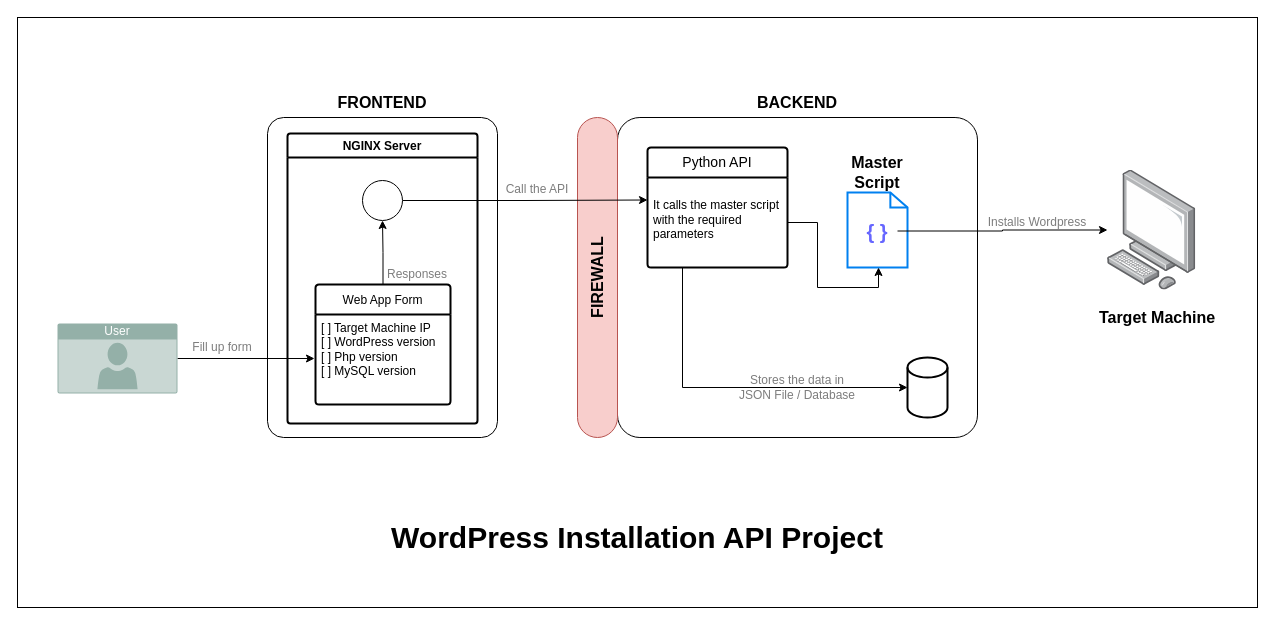
This is wpinstall_api.drawio from harshit-sharma-gits/dwg, a draw.io file, before an edit. Source tidied: cells renumbered, new cells numbered last; positions are measured from the earlier drawing's top-left corner, leaving out a move shared by most shapes. Both pictures are drawn from the tidied source at 100%, with x=0, y=0 at pixel (17, 17).
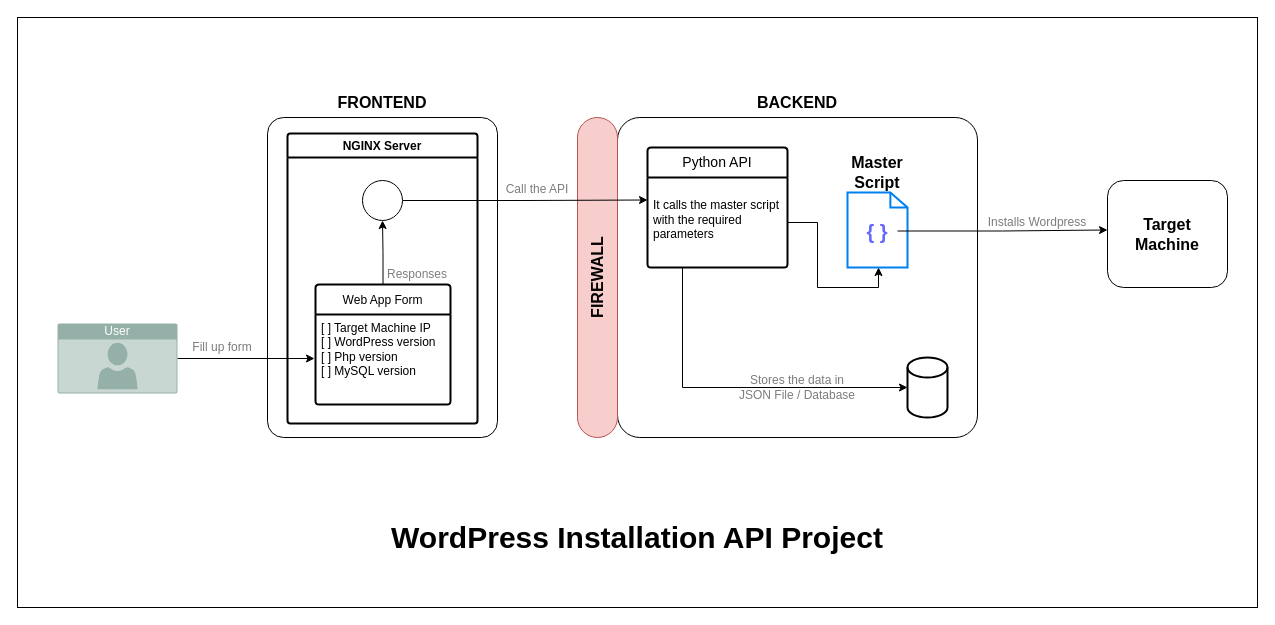
The same page after the edit.

The change refers to these unchanged cells:
```xml
<mxCell id="28" value="&lt;font color=&quot;#6666ff&quot; style=&quot;font-size: 20px;&quot;&gt;&lt;b&gt;{ }&lt;/b&gt;&lt;/font&gt;" style="text;html=1;strokeColor=none;fillColor=none;align=center;verticalAlign=middle;whiteSpace=wrap;rounded=0;" parent="1" vertex="1">
  <mxGeometry x="840" y="187" width="40" height="53" as="geometry" />
</mxCell>
```

Diff of the diagram source:
```diff
@@
-    <mxCell id="25" style="image;points=[];html=1;align=center;shadow=0;dashed=0;image=img/lib/allied_telesis/computer_and_terminals/Personal_Computer.svg;" parent="1" vertex="1">
-      <mxGeometry x="1090" y="152.5" width="88.5" height="120" as="geometry" />
-    </mxCell>
@@
-    <mxCell id="27" style="edgeStyle=orthogonalEdgeStyle;rounded=0;jettySize=auto;html=1;" parent="1" edge="1" source="28" target="25">
-      <mxGeometry relative="1" as="geometry" />
+    <mxCell id="27" style="edgeStyle=orthogonalEdgeStyle;rounded=0;jettySize=auto;html=1;" parent="1" edge="1" source="28">
+      <mxGeometry relative="1" as="geometry">
+        <mxPoint x="1090" y="212.5" as="targetPoint" />
+      </mxGeometry>
     </mxCell>
@@
+    <mxCell id="33" value="&lt;b&gt;&lt;font style=&quot;font-size: 30px;&quot;&gt;WordPress Installation API Project&lt;/font&gt;&lt;/b&gt;" style="text;html=1;strokeColor=none;fillColor=none;align=center;verticalAlign=middle;whiteSpace=wrap;rounded=0;" parent="1" vertex="1">
+      <mxGeometry y="490" width="1240" height="60" as="geometry" />
+    </mxCell>
+    <mxCell id="34" style="rounded=1;whiteSpace=wrap;html=1;" parent="1" vertex="1">
+      <mxGeometry x="1090" y="163" width="120" height="107" as="geometry" />
+    </mxCell>
-    <mxCell id="32" value="&lt;b&gt;&lt;font style=&quot;font-size: 16px;&quot;&gt;Target Machine&lt;/font&gt;&lt;/b&gt;" style="text;html=1;strokeColor=none;fillColor=none;align=center;verticalAlign=middle;whiteSpace=wrap;rounded=0;" parent="1" vertex="1">
-      <mxGeometry x="1080" y="285" width="120" height="30" as="geometry" />
+    <mxCell id="32" value="&lt;b&gt;&lt;font style=&quot;font-size: 16px;&quot;&gt;Target&lt;br&gt;Machine&lt;/font&gt;&lt;/b&gt;" style="text;html=1;strokeColor=none;fillColor=none;align=center;verticalAlign=middle;whiteSpace=wrap;rounded=0;" parent="1" vertex="1">
+      <mxGeometry x="1105" y="181.5" width="90" height="70" as="geometry" />
     </mxCell>
-    <mxCell id="33" value="&lt;b&gt;&lt;font style=&quot;font-size: 30px;&quot;&gt;WordPress Installation API Project&lt;/font&gt;&lt;/b&gt;" style="text;html=1;strokeColor=none;fillColor=none;align=center;verticalAlign=middle;whiteSpace=wrap;rounded=0;" parent="1" vertex="1">
-      <mxGeometry y="490" width="1240" height="60" as="geometry" />
-    </mxCell>
```
